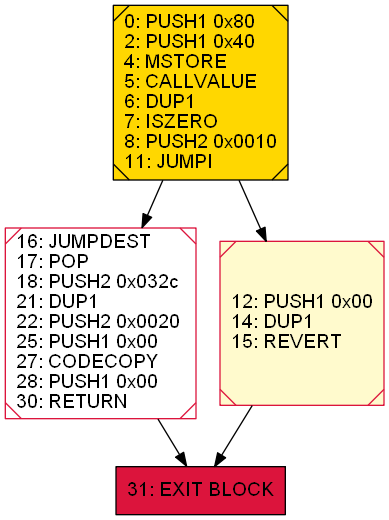
This is iEvmOpt/Cfg/CfgOutput/test12_constructor_cfg.png from Michael-LiangAnze/iEvmOpt, a Graphviz export, as it was before one commit. Its source is kept beside it as iEvmOpt/Cfg/CfgOutput/test12_constructor_cfg.gv.
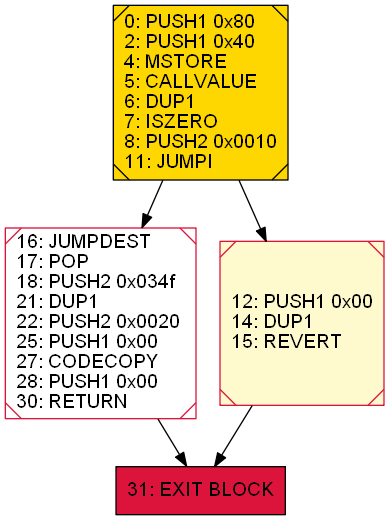
The same file after the commit.

Diff of the diagram source:
```diff
@@ -1,7 +1,7 @@
 digraph G {
 bgcolor=transparent rankdir=UD;
 node [shape=box style=filled color=black fillcolor=white fontname=arial fontcolor=black];
-16 [label="16: JUMPDEST\l17: POP\l18: PUSH2 0x032c\l21: DUP1\l22: PUSH2 0x0020\l25: PUSH1 0x00\l27: CODECOPY\l28: PUSH1 0x00\l30: RETURN\l" shape=Msquare color=crimson ];
+16 [label="16: JUMPDEST\l17: POP\l18: PUSH2 0x034f\l21: DUP1\l22: PUSH2 0x0020\l25: PUSH1 0x00\l27: CODECOPY\l28: PUSH1 0x00\l30: RETURN\l" shape=Msquare color=crimson ];
 0 [label="0: PUSH1 0x80\l2: PUSH1 0x40\l4: MSTORE\l5: CALLVALUE\l6: DUP1\l7: ISZERO\l8: PUSH2 0x0010\l11: JUMPI\l" fillcolor=lemonchiffon shape=Msquare fillcolor=gold ];
 12 [label="12: PUSH1 0x00\l14: DUP1\l15: REVERT\l" fillcolor=lemonchiffon shape=Msquare color=crimson ];
 31 [label="31: EXIT BLOCK\l" fillcolor=crimson ];
```
